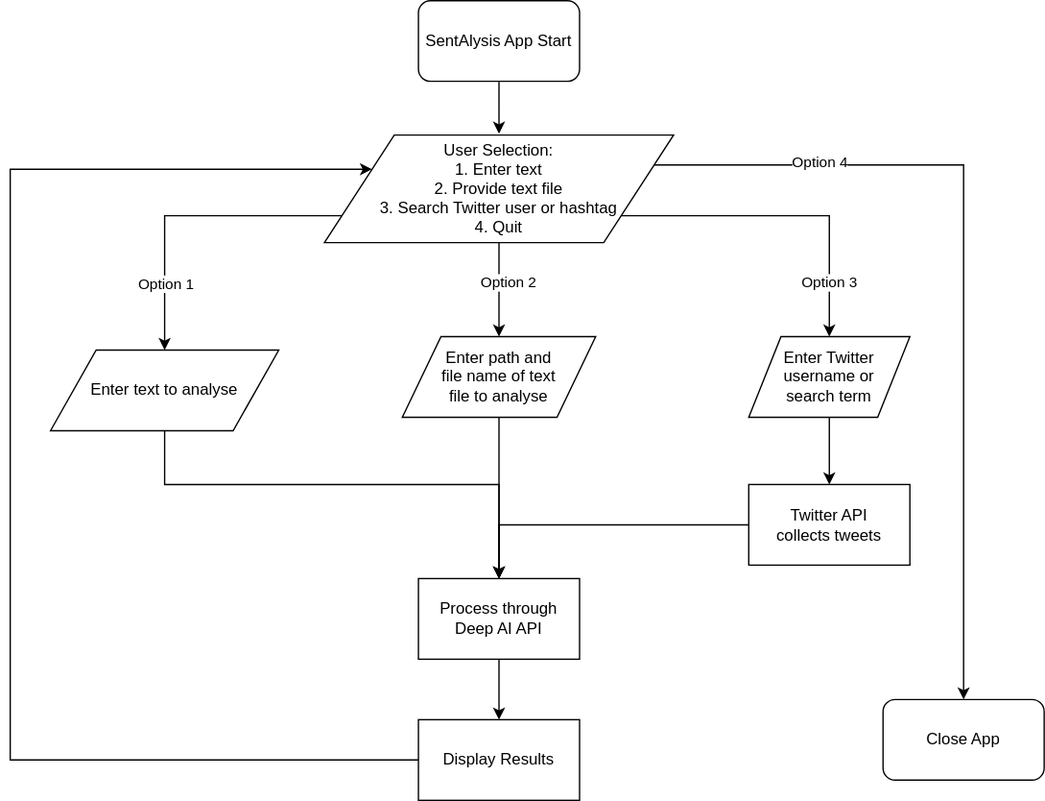
Above: docs/flow.drawio.svg in sam-don/sentalysis (draw.io), before the change. Source tidied: cells renumbered, new cells last; positions are measured from the earlier drawing's top-left corner, leaving out a move shared by most shapes.
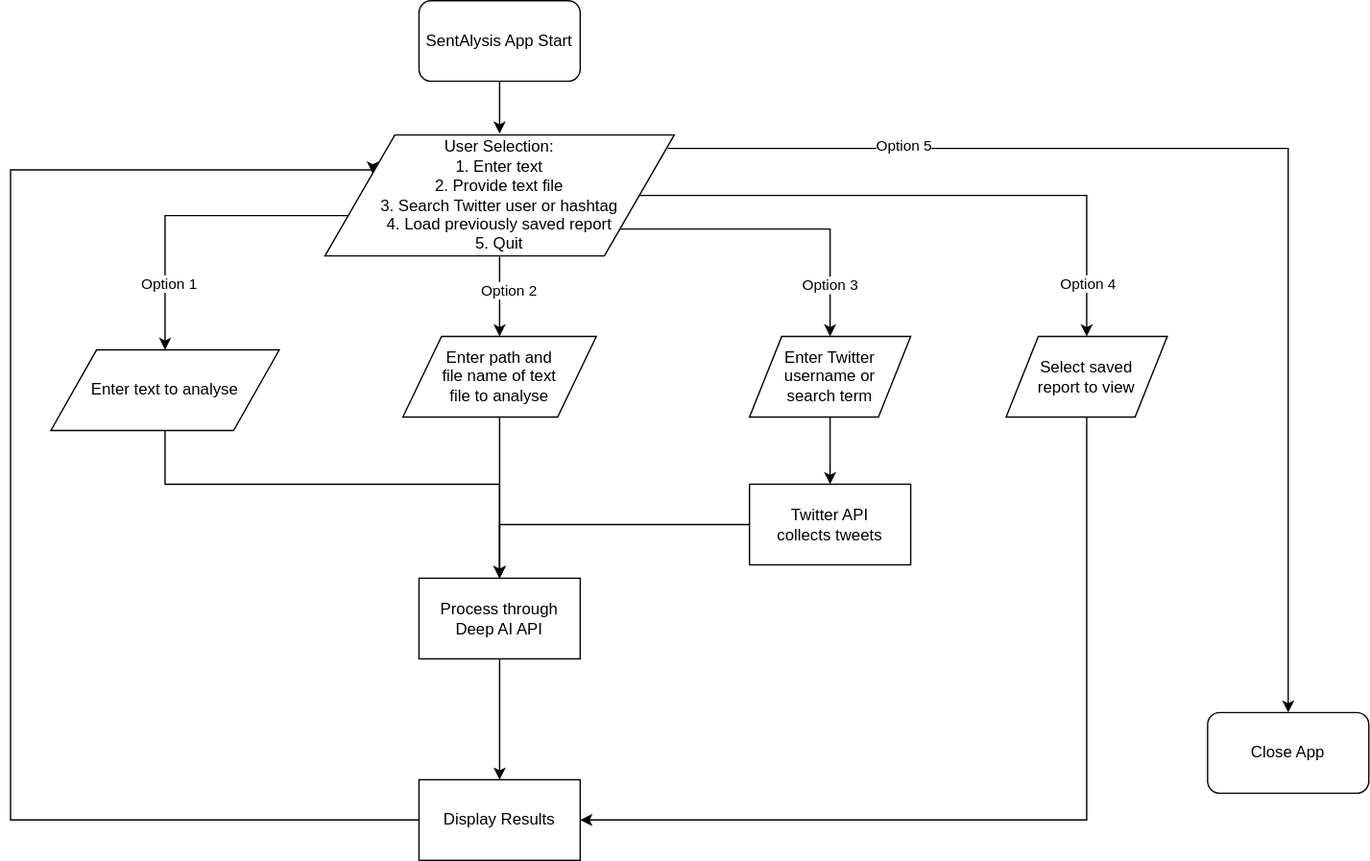
Above is the later version.

The edit, as a diff of the source:
```diff
@@ -28,20 +28,32 @@
     <mxCell id="7" value="Option 3" style="edgeStyle=orthogonalEdgeStyle;rounded=0;jettySize=auto;html=1;entryX=0.5;entryY=0;entryDx=0;entryDy=0;" parent="1" edge="1" source="10" target="18">
       <mxGeometry x="0.67" relative="1" as="geometry">
         <Array as="points">
-          <mxPoint x="610" y="160" />
+          <mxPoint x="610" y="170" />
         </Array>
       </mxGeometry>
     </mxCell>
-    <mxCell id="8" style="edgeStyle=orthogonalEdgeStyle;rounded=0;jettySize=auto;html=1;exitX=1;exitY=0.25;exitDx=0;exitDy=0;" parent="1" edge="1" source="10" target="23">
-      <mxGeometry relative="1" as="geometry" />
+    <mxCell id="8" style="edgeStyle=orthogonalEdgeStyle;rounded=0;jettySize=auto;html=1;exitX=0.981;exitY=0.111;exitDx=0;exitDy=0;exitPerimeter=0;" parent="1" edge="1" source="10" target="23">
+      <mxGeometry relative="1" as="geometry">
+        <Array as="points">
+          <mxPoint x="951" y="110" />
+        </Array>
+      </mxGeometry>
     </mxCell>
-    <mxCell id="9" value="Option 4" style="edgeLabel;html=1;align=center;verticalAlign=middle;" parent="8" vertex="1">
+    <mxCell id="9" value="Option 5" style="edgeLabel;html=1;align=center;verticalAlign=middle;" parent="8" vertex="1">
       <mxGeometry x="-0.59" y="2" relative="1" as="geometry">
         <mxPoint x="-6.4" y="-0.2" as="offset" />
       </mxGeometry>
     </mxCell>
+    <mxCell id="24" style="edgeStyle=orthogonalEdgeStyle;rounded=0;jettySize=auto;html=1;exitX=1;exitY=0.5;exitDx=0;exitDy=0;entryX=0.5;entryY=0;entryDx=0;entryDy=0;" parent="1" edge="1" source="10" target="27">
+      <mxGeometry relative="1" as="geometry" />
+    </mxCell>
+    <mxCell id="25" value="Option 4" style="edgeLabel;html=1;align=center;verticalAlign=middle;" parent="24" vertex="1">
+      <mxGeometry x="0.52" y="-37" relative="1" as="geometry">
+        <mxPoint x="37" y="65" as="offset" />
+      </mxGeometry>
+    </mxCell>
-    <mxCell id="10" value="User Selection:&lt;br&gt;1. Enter text&lt;br&gt;2. Provide text file&lt;br&gt;3. Search Twitter user or hashtag&lt;br&gt;4. Quit" style="shape=parallelogram;perimeter=parallelogramPerimeter;whiteSpace=wrap;html=1;" parent="1" vertex="1">
-      <mxGeometry x="234" y="100" width="260" height="80" as="geometry" />
+    <mxCell id="10" value="User Selection:&lt;br&gt;1. Enter text&lt;br&gt;2. Provide text file&lt;br&gt;3. Search Twitter user or hashtag&lt;br&gt;4. Load previously saved report&lt;br&gt;5. Quit" style="shape=parallelogram;perimeter=parallelogramPerimeter;whiteSpace=wrap;html=1;" parent="1" vertex="1">
+      <mxGeometry x="234" y="100" width="260" height="90" as="geometry" />
     </mxCell>
     <mxCell id="11" style="edgeStyle=orthogonalEdgeStyle;rounded=0;jettySize=auto;html=1;entryX=0.5;entryY=0;entryDx=0;entryDy=0;" parent="1" edge="1" target="14">
       <mxGeometry relative="1" as="geometry">
@@ -80,19 +92,29 @@
     <mxCell id="20" value="Twitter API &lt;br&gt;collects tweets" style="rounded=0;whiteSpace=wrap;html=1;" parent="1" vertex="1">
       <mxGeometry x="550" y="360" width="120" height="60" as="geometry" />
     </mxCell>
-    <mxCell id="21" style="edgeStyle=orthogonalEdgeStyle;rounded=0;jettySize=auto;html=1;entryX=0;entryY=0.25;entryDx=0;entryDy=0;" parent="1" edge="1" source="22" target="10">
+    <mxCell id="21" style="edgeStyle=orthogonalEdgeStyle;rounded=0;jettySize=auto;html=1;entryX=0;entryY=0.25;entryDx=0;entryDy=0;exitX=0;exitY=0.5;exitDx=0;exitDy=0;" parent="1" edge="1" source="22" target="10">
       <mxGeometry relative="1" as="geometry">
         <Array as="points">
-          <mxPoint y="565" />
+          <mxPoint y="610" />
           <mxPoint y="126" />
         </Array>
       </mxGeometry>
     </mxCell>
     <mxCell id="22" value="Display Results" style="rounded=0;whiteSpace=wrap;html=1;" parent="1" vertex="1">
-      <mxGeometry x="304" y="535" width="120" height="60" as="geometry" />
+      <mxGeometry x="304" y="580" width="120" height="60" as="geometry" />
     </mxCell>
     <mxCell id="23" value="Close App" style="rounded=1;whiteSpace=wrap;html=1;" parent="1" vertex="1">
-      <mxGeometry x="650" y="520" width="120" height="60" as="geometry" />
+      <mxGeometry x="891" y="530" width="120" height="60" as="geometry" />
     </mxCell>
+    <mxCell id="26" style="edgeStyle=orthogonalEdgeStyle;rounded=0;jettySize=auto;html=1;entryX=1;entryY=0.5;entryDx=0;entryDy=0;" parent="1" edge="1" source="27" target="22">
+      <mxGeometry relative="1" as="geometry">
+        <Array as="points">
+          <mxPoint x="801" y="610" />
+        </Array>
+      </mxGeometry>
+    </mxCell>
+    <mxCell id="27" value="Select saved&lt;br&gt;report to view" style="shape=parallelogram;perimeter=parallelogramPerimeter;whiteSpace=wrap;html=1;" parent="1" vertex="1">
+      <mxGeometry x="741" y="250" width="120" height="60" as="geometry" />
+    </mxCell>
   </root>
 </mxGraphModel>
```
